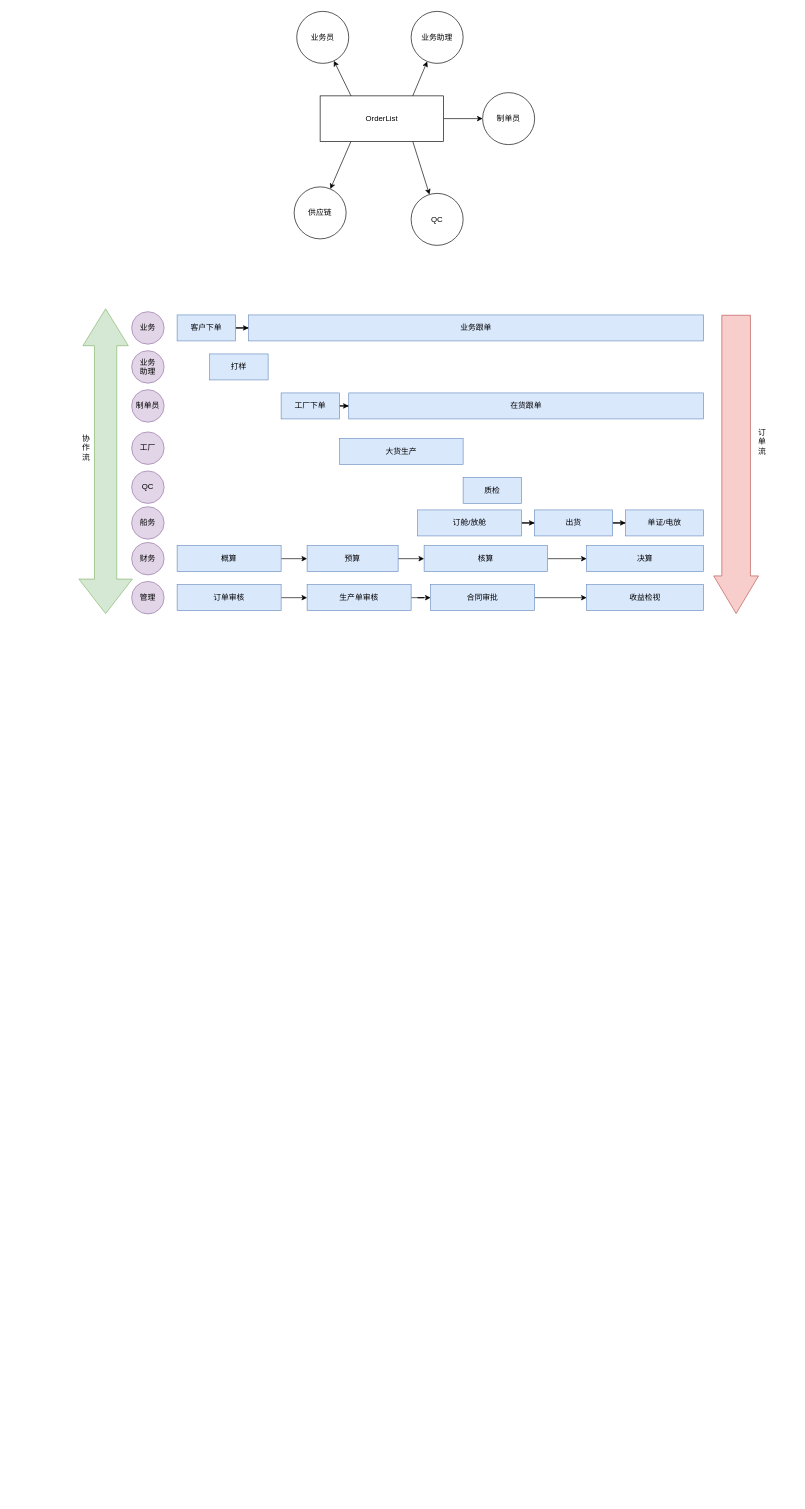
Earlier version of the draw.io diagram 子上图表.drawio (ruopuzi/draw.io). Source tidied: cells renumbered, new cells numbered last; positions are measured from the earlier drawing's top-left corner, leaving out a move shared by most shapes. Both pictures are drawn from the tidied source at 65%, with x=0, y=0 at pixel (66, 11).
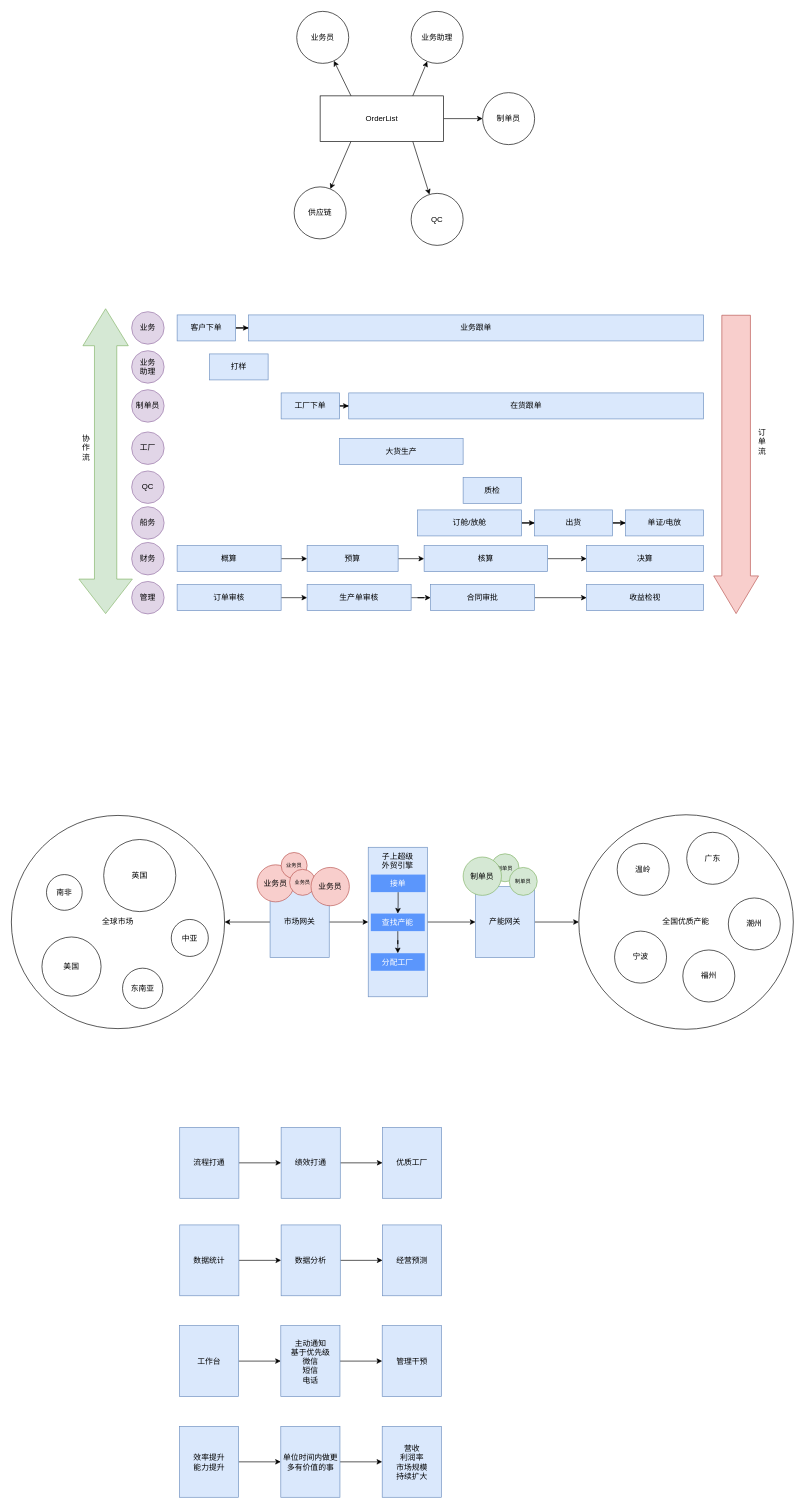
After the change.

Commit message:
更新子上图表.drawio

The edit, as a diff of the source:
```diff
@@
+    <mxCell id="53" style="edgeStyle=orthogonalEdgeStyle;rounded=0;jettySize=auto;html=1;exitX=1;exitY=0.5;exitDx=0;exitDy=0;" parent="1" edge="1" source="54" target="71">
+      <mxGeometry relative="1" as="geometry" />
+    </mxCell>
+    <mxCell id="54" value="子上超级&lt;div&gt;外贸引擎&lt;/div&gt;" style="rounded=0;whiteSpace=wrap;html=1;fillColor=#dae8fc;strokeColor=#6c8ebf;verticalAlign=top;" parent="1" vertex="1">
+      <mxGeometry x="464" y="1286" width="91" height="230" as="geometry" />
+    </mxCell>
+    <mxCell id="55" value="全球市场" style="ellipse;whiteSpace=wrap;html=1;" parent="1" vertex="1">
+      <mxGeometry x="-85" y="1237" width="328" height="328" as="geometry" />
+    </mxCell>
+    <mxCell id="56" value="南非" style="ellipse;whiteSpace=wrap;html=1;" parent="1" vertex="1">
+      <mxGeometry x="-31" y="1328" width="55" height="55" as="geometry" />
+    </mxCell>
+    <mxCell id="57" value="英国" style="ellipse;whiteSpace=wrap;html=1;" parent="1" vertex="1">
+      <mxGeometry x="57" y="1274" width="111" height="111" as="geometry" />
+    </mxCell>
+    <mxCell id="58" value="美国" style="ellipse;whiteSpace=wrap;html=1;" parent="1" vertex="1">
+      <mxGeometry x="-38" y="1424" width="91" height="91" as="geometry" />
+    </mxCell>
+    <mxCell id="59" value="东南亚" style="ellipse;whiteSpace=wrap;html=1;" parent="1" vertex="1">
+      <mxGeometry x="86" y="1472" width="62" height="62" as="geometry" />
+    </mxCell>
+    <mxCell id="60" value="中亚" style="ellipse;whiteSpace=wrap;html=1;" parent="1" vertex="1">
+      <mxGeometry x="161" y="1397" width="57" height="57" as="geometry" />
+    </mxCell>
+    <mxCell id="61" value="全国优质产能" style="ellipse;whiteSpace=wrap;html=1;" parent="1" vertex="1">
+      <mxGeometry x="788" y="1236" width="330" height="330" as="geometry" />
+    </mxCell>
+    <mxCell id="62" value="温岭" style="ellipse;whiteSpace=wrap;html=1;" parent="1" vertex="1">
+      <mxGeometry x="847" y="1280" width="80" height="80" as="geometry" />
+    </mxCell>
+    <mxCell id="63" value="广东" style="ellipse;whiteSpace=wrap;html=1;" parent="1" vertex="1">
+      <mxGeometry x="954" y="1263" width="80" height="80" as="geometry" />
+    </mxCell>
+    <mxCell id="64" value="宁波" style="ellipse;whiteSpace=wrap;html=1;" parent="1" vertex="1">
+      <mxGeometry x="843" y="1415" width="80" height="80" as="geometry" />
+    </mxCell>
+    <mxCell id="65" value="福州" style="ellipse;whiteSpace=wrap;html=1;" parent="1" vertex="1">
+      <mxGeometry x="948" y="1444" width="80" height="80" as="geometry" />
+    </mxCell>
+    <mxCell id="66" value="潮州" style="ellipse;whiteSpace=wrap;html=1;" parent="1" vertex="1">
+      <mxGeometry x="1018" y="1364" width="80" height="80" as="geometry" />
+    </mxCell>
+    <mxCell id="67" style="edgeStyle=orthogonalEdgeStyle;rounded=0;jettySize=auto;html=1;entryX=1;entryY=0.5;entryDx=0;entryDy=0;" parent="1" edge="1" source="69" target="55">
+      <mxGeometry relative="1" as="geometry" />
+    </mxCell>
+    <mxCell id="68" style="edgeStyle=orthogonalEdgeStyle;rounded=0;jettySize=auto;html=1;exitX=1;exitY=0.5;exitDx=0;exitDy=0;" parent="1" edge="1" source="69" target="54">
+      <mxGeometry relative="1" as="geometry" />
+    </mxCell>
+    <mxCell id="69" value="市场网关" style="rounded=0;whiteSpace=wrap;html=1;fillColor=#dae8fc;strokeColor=#6c8ebf;" parent="1" vertex="1">
+      <mxGeometry x="313" y="1346.5" width="91" height="109" as="geometry" />
+    </mxCell>
+    <mxCell id="70" style="edgeStyle=orthogonalEdgeStyle;rounded=0;jettySize=auto;html=1;entryX=0;entryY=0.5;entryDx=0;entryDy=0;" parent="1" edge="1" source="71" target="61">
+      <mxGeometry relative="1" as="geometry" />
+    </mxCell>
+    <mxCell id="71" value="产能网关" style="rounded=0;whiteSpace=wrap;html=1;fillColor=#dae8fc;strokeColor=#6c8ebf;" parent="1" vertex="1">
+      <mxGeometry x="629" y="1346.5" width="91" height="109" as="geometry" />
+    </mxCell>
+    <mxCell id="72" value="业务员" style="ellipse;whiteSpace=wrap;html=1;fillColor=#f8cecc;strokeColor=#b85450;" parent="1" vertex="1">
+      <mxGeometry x="293" y="1313" width="57" height="57" as="geometry" />
+    </mxCell>
+    <mxCell id="73" value="业务员" style="ellipse;whiteSpace=wrap;html=1;fontSize=8;fillColor=#f8cecc;strokeColor=#b85450;" parent="1" vertex="1">
+      <mxGeometry x="330" y="1294" width="40" height="40" as="geometry" />
+    </mxCell>
+    <mxCell id="74" value="业务员" style="ellipse;whiteSpace=wrap;html=1;fontSize=8;fillColor=#f8cecc;strokeColor=#b85450;" parent="1" vertex="1">
+      <mxGeometry x="343" y="1320" width="40" height="40" as="geometry" />
+    </mxCell>
+    <mxCell id="75" value="业务员" style="ellipse;whiteSpace=wrap;html=1;fontSize=12;fillColor=#f8cecc;strokeColor=#b85450;" parent="1" vertex="1">
+      <mxGeometry x="376" y="1317" width="59" height="59" as="geometry" />
+    </mxCell>
+    <mxCell id="76" value="制单员" style="ellipse;whiteSpace=wrap;html=1;fontSize=8;fillColor=#d5e8d4;strokeColor=#82b366;" parent="1" vertex="1">
+      <mxGeometry x="653" y="1296" width="43" height="43" as="geometry" />
+    </mxCell>
+    <mxCell id="77" value="制单员" style="ellipse;whiteSpace=wrap;html=1;fontSize=12;fillColor=#d5e8d4;strokeColor=#82b366;" parent="1" vertex="1">
+      <mxGeometry x="610" y="1301" width="59" height="59" as="geometry" />
+    </mxCell>
+    <mxCell id="78" value="制单员" style="ellipse;whiteSpace=wrap;html=1;fontSize=8;fillColor=#d5e8d4;strokeColor=#82b366;" parent="1" vertex="1">
+      <mxGeometry x="681" y="1317" width="43" height="43" as="geometry" />
+    </mxCell>
+    <mxCell id="79" style="edgeStyle=orthogonalEdgeStyle;rounded=0;jettySize=auto;html=1;entryX=0.5;entryY=0;entryDx=0;entryDy=0;" parent="1" edge="1" source="80" target="82">
+      <mxGeometry relative="1" as="geometry" />
+    </mxCell>
+    <mxCell id="80" value="接单" style="rounded=0;whiteSpace=wrap;html=1;fillColor=#5B96FC;strokeColor=none;fontColor=#FFFFFF;" parent="1" vertex="1">
+      <mxGeometry x="468" y="1328" width="84" height="27" as="geometry" />
+    </mxCell>
+    <mxCell id="81" style="edgeStyle=orthogonalEdgeStyle;rounded=0;jettySize=auto;html=1;entryX=0.5;entryY=0;entryDx=0;entryDy=0;" parent="1" edge="1" source="82" target="83">
+      <mxGeometry relative="1" as="geometry" />
+    </mxCell>
+    <mxCell id="82" value="查找产能" style="rounded=0;whiteSpace=wrap;html=1;fillColor=#5B96FC;strokeColor=none;fontColor=#FFFFFF;" parent="1" vertex="1">
+      <mxGeometry x="468" y="1388" width="83" height="27" as="geometry" />
+    </mxCell>
+    <mxCell id="83" value="分配工厂" style="rounded=0;whiteSpace=wrap;html=1;fillColor=#5B96FC;strokeColor=none;fontColor=#FFFFFF;" parent="1" vertex="1">
+      <mxGeometry x="468" y="1449" width="83" height="27" as="geometry" />
+    </mxCell>
+    <mxCell id="84" style="edgeStyle=orthogonalEdgeStyle;rounded=0;jettySize=auto;html=1;entryX=0;entryY=0.5;entryDx=0;entryDy=0;" parent="1" edge="1" source="85" target="87">
+      <mxGeometry relative="1" as="geometry" />
+    </mxCell>
+    <mxCell id="85" value="流程打通" style="rounded=0;whiteSpace=wrap;html=1;fillColor=#dae8fc;strokeColor=#6c8ebf;" parent="1" vertex="1">
+      <mxGeometry x="174" y="1717" width="91" height="109" as="geometry" />
+    </mxCell>
+    <mxCell id="86" style="edgeStyle=orthogonalEdgeStyle;rounded=0;jettySize=auto;html=1;exitX=1;exitY=0.5;exitDx=0;exitDy=0;entryX=0;entryY=0.5;entryDx=0;entryDy=0;" parent="1" edge="1" source="87" target="88">
+      <mxGeometry relative="1" as="geometry" />
+    </mxCell>
+    <mxCell id="87" value="绩效打通" style="rounded=0;whiteSpace=wrap;html=1;fillColor=#dae8fc;strokeColor=#6c8ebf;" parent="1" vertex="1">
+      <mxGeometry x="330" y="1717" width="91" height="109" as="geometry" />
+    </mxCell>
+    <mxCell id="88" value="优质工厂" style="rounded=0;whiteSpace=wrap;html=1;fillColor=#dae8fc;strokeColor=#6c8ebf;" parent="1" vertex="1">
+      <mxGeometry x="486" y="1717" width="91" height="109" as="geometry" />
+    </mxCell>
+    <mxCell id="89" style="edgeStyle=orthogonalEdgeStyle;rounded=0;jettySize=auto;html=1;entryX=0;entryY=0.5;entryDx=0;entryDy=0;" parent="1" edge="1" source="90" target="92">
+      <mxGeometry relative="1" as="geometry" />
+    </mxCell>
+    <mxCell id="90" value="数据统计" style="rounded=0;whiteSpace=wrap;html=1;fillColor=#dae8fc;strokeColor=#6c8ebf;" parent="1" vertex="1">
+      <mxGeometry x="174" y="1867" width="91" height="109" as="geometry" />
+    </mxCell>
+    <mxCell id="91" style="edgeStyle=orthogonalEdgeStyle;rounded=0;jettySize=auto;html=1;exitX=1;exitY=0.5;exitDx=0;exitDy=0;entryX=0;entryY=0.5;entryDx=0;entryDy=0;" parent="1" edge="1" source="92" target="93">
+      <mxGeometry relative="1" as="geometry" />
+    </mxCell>
+    <mxCell id="92" value="数据分析" style="rounded=0;whiteSpace=wrap;html=1;fillColor=#dae8fc;strokeColor=#6c8ebf;" parent="1" vertex="1">
+      <mxGeometry x="330" y="1867" width="91" height="109" as="geometry" />
+    </mxCell>
+    <mxCell id="93" value="经营预测" style="rounded=0;whiteSpace=wrap;html=1;fillColor=#dae8fc;strokeColor=#6c8ebf;" parent="1" vertex="1">
+      <mxGeometry x="486" y="1867" width="91" height="109" as="geometry" />
+    </mxCell>
+    <mxCell id="94" style="edgeStyle=orthogonalEdgeStyle;rounded=0;jettySize=auto;html=1;entryX=0;entryY=0.5;entryDx=0;entryDy=0;" parent="1" edge="1" source="95" target="97">
+      <mxGeometry relative="1" as="geometry" />
+    </mxCell>
+    <mxCell id="95" value="工作台" style="rounded=0;whiteSpace=wrap;html=1;fillColor=#dae8fc;strokeColor=#6c8ebf;" parent="1" vertex="1">
+      <mxGeometry x="173.5" y="2022" width="91" height="109" as="geometry" />
+    </mxCell>
+    <mxCell id="96" style="edgeStyle=orthogonalEdgeStyle;rounded=0;jettySize=auto;html=1;exitX=1;exitY=0.5;exitDx=0;exitDy=0;entryX=0;entryY=0.5;entryDx=0;entryDy=0;" parent="1" edge="1" source="97" target="98">
+      <mxGeometry relative="1" as="geometry" />
+    </mxCell>
+    <mxCell id="97" value="主动通知&lt;br&gt;基于优先级&lt;br&gt;微信&lt;br&gt;短信&lt;br&gt;电话" style="rounded=0;whiteSpace=wrap;html=1;fillColor=#dae8fc;strokeColor=#6c8ebf;" parent="1" vertex="1">
+      <mxGeometry x="329.5" y="2022" width="91" height="109" as="geometry" />
+    </mxCell>
+    <mxCell id="98" value="管理干预" style="rounded=0;whiteSpace=wrap;html=1;fillColor=#dae8fc;strokeColor=#6c8ebf;" parent="1" vertex="1">
+      <mxGeometry x="485.5" y="2022" width="91" height="109" as="geometry" />
+    </mxCell>
+    <mxCell id="99" style="edgeStyle=orthogonalEdgeStyle;rounded=0;jettySize=auto;html=1;entryX=0;entryY=0.5;entryDx=0;entryDy=0;" parent="1" edge="1" source="100" target="102">
+      <mxGeometry relative="1" as="geometry" />
+    </mxCell>
+    <mxCell id="100" value="效率提升&lt;br&gt;能力提升" style="rounded=0;whiteSpace=wrap;html=1;fillColor=#dae8fc;strokeColor=#6c8ebf;" parent="1" vertex="1">
+      <mxGeometry x="173.5" y="2177" width="91" height="109" as="geometry" />
+    </mxCell>
+    <mxCell id="101" style="edgeStyle=orthogonalEdgeStyle;rounded=0;jettySize=auto;html=1;exitX=1;exitY=0.5;exitDx=0;exitDy=0;entryX=0;entryY=0.5;entryDx=0;entryDy=0;" parent="1" edge="1" source="102" target="103">
+      <mxGeometry relative="1" as="geometry" />
+    </mxCell>
+    <mxCell id="102" value="单位时间内做更多有价值的事" style="rounded=0;whiteSpace=wrap;html=1;fillColor=#dae8fc;strokeColor=#6c8ebf;" parent="1" vertex="1">
+      <mxGeometry x="329.5" y="2177" width="91" height="109" as="geometry" />
+    </mxCell>
+    <mxCell id="103" value="营收&lt;div&gt;利润率&lt;/div&gt;&lt;div&gt;市场规模&lt;/div&gt;&lt;div&gt;持续扩大&lt;/div&gt;" style="rounded=0;whiteSpace=wrap;html=1;fillColor=#dae8fc;strokeColor=#6c8ebf;" parent="1" vertex="1">
+      <mxGeometry x="485.5" y="2177" width="91" height="109" as="geometry" />
+    </mxCell>
```
